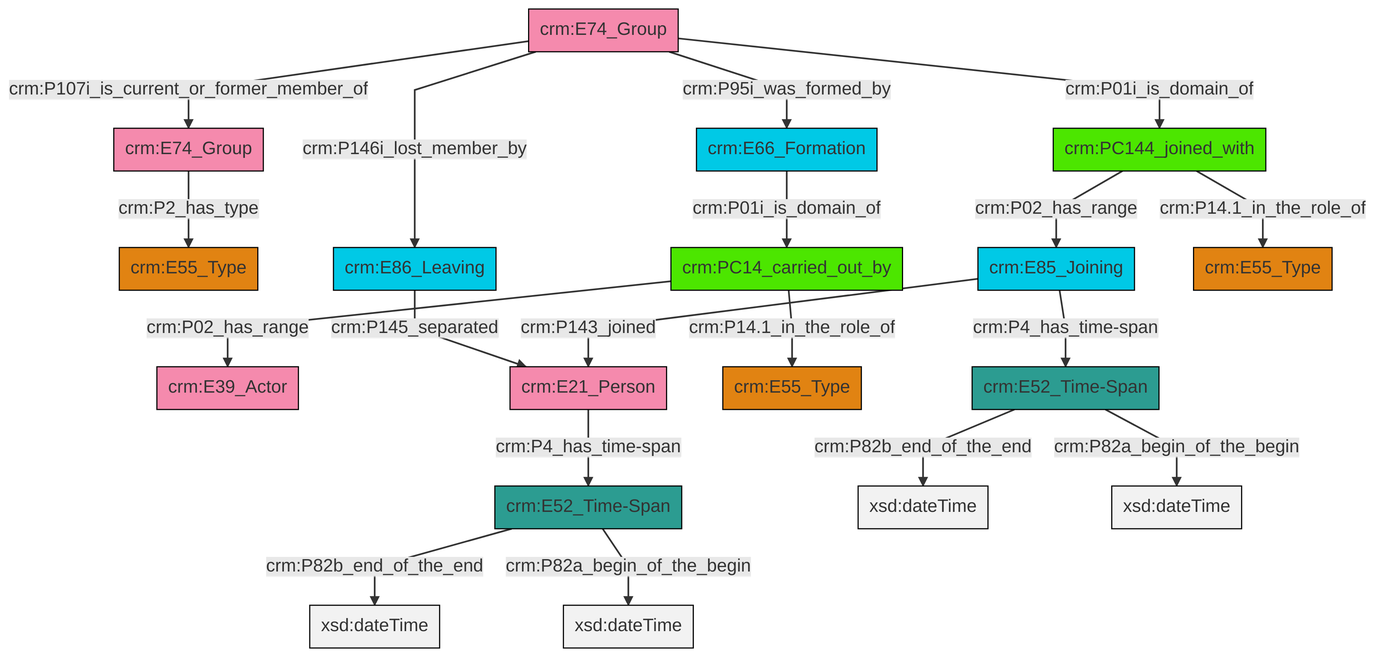
Earlier version of the Mermaid export et/groupCSV/ttl/mmd/png/group_actor_relations.png (swiss-art-research-net/reference-data-models). Its source is kept beside it as et/groupCSV/ttl/mmd/group_actor_relations.ttl.mmd.
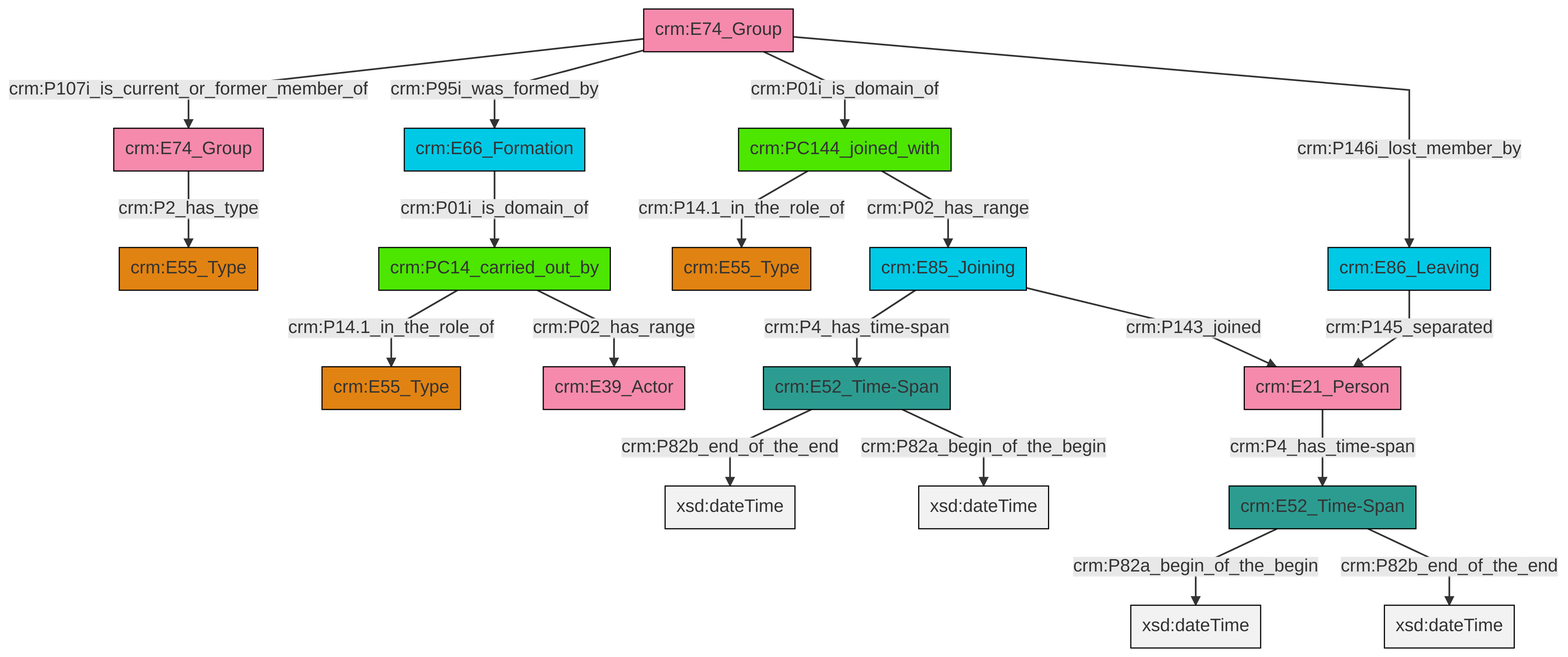
The same file after the commit.

Diff of the diagram source:
```diff
@@ -13,21 +13,21 @@
 classDef PC_Classes fill:#4ce600, stroke:#000000;
 classDef Multi fill:#cccccc,stroke:#000000;
 
-12["crm:E74_Group"]:::Actor -->|crm:P146i_lost_member_by| 13["crm:E86_Leaving"]:::Temporal_Entity
-0["crm:PC144_joined_with"]:::PC_Classes -->|crm:P02_has_range| 6["crm:E85_Joining"]:::Temporal_Entity
-6["crm:E85_Joining"]:::Temporal_Entity -->|crm:P4_has_time-span| 10["crm:E52_Time-Span"]:::Time-Span
-17["crm:E52_Time-Span"]:::Time-Span -->|crm:P82b_end_of_the_end| 18[xsd:dateTime]:::Literal
-6["crm:E85_Joining"]:::Temporal_Entity -->|crm:P143_joined| 19["crm:E21_Person"]:::Actor
-10["crm:E52_Time-Span"]:::Time-Span -->|crm:P82b_end_of_the_end| 20[xsd:dateTime]:::Literal
-21["crm:PC14_carried_out_by"]:::PC_Classes -->|crm:P14.1_in_the_role_of| 14["crm:E55_Type"]:::Type
-0["crm:PC144_joined_with"]:::PC_Classes -->|crm:P14.1_in_the_role_of| 22["crm:E55_Type"]:::Type
-12["crm:E74_Group"]:::Actor -->|crm:P95i_was_formed_by| 23["crm:E66_Formation"]:::Temporal_Entity
-10["crm:E52_Time-Span"]:::Time-Span -->|crm:P82a_begin_of_the_begin| 24[xsd:dateTime]:::Literal
-19["crm:E21_Person"]:::Actor -->|crm:P4_has_time-span| 17["crm:E52_Time-Span"]:::Time-Span
-23["crm:E66_Formation"]:::Temporal_Entity -->|crm:P01i_is_domain_of| 21["crm:PC14_carried_out_by"]:::PC_Classes
-21["crm:PC14_carried_out_by"]:::PC_Classes -->|crm:P02_has_range| 4["crm:E39_Actor"]:::Actor
-17["crm:E52_Time-Span"]:::Time-Span -->|crm:P82a_begin_of_the_begin| 30[xsd:dateTime]:::Literal
-12["crm:E74_Group"]:::Actor -->|crm:P01i_is_domain_of| 0["crm:PC144_joined_with"]:::PC_Classes
-13["crm:E86_Leaving"]:::Temporal_Entity -->|crm:P145_separated| 19["crm:E21_Person"]:::Actor
-12["crm:E74_Group"]:::Actor -->|crm:P107i_is_current_or_former_member_of| 8["crm:E74_Group"]:::Actor
-8["crm:E74_Group"]:::Actor -->|crm:P2_has_type| 2["crm:E55_Type"]:::Type
+2["crm:E74_Group"]:::Actor -->|crm:P107i_is_current_or_former_member_of| 3["crm:E74_Group"]:::Actor
+6["crm:E86_Leaving"]:::Temporal_Entity -->|crm:P145_separated| 7["crm:E21_Person"]:::Actor
+2["crm:E74_Group"]:::Actor -->|crm:P95i_was_formed_by| 8["crm:E66_Formation"]:::Temporal_Entity
+11["crm:E52_Time-Span"]:::Time-Span -->|crm:P82a_begin_of_the_begin| 12[xsd:dateTime]:::Literal
+13["crm:PC144_joined_with"]:::PC_Classes -->|crm:P14.1_in_the_role_of| 14["crm:E55_Type"]:::Type
+13["crm:PC144_joined_with"]:::PC_Classes -->|crm:P02_has_range| 15["crm:E85_Joining"]:::Temporal_Entity
+15["crm:E85_Joining"]:::Temporal_Entity -->|crm:P4_has_time-span| 0["crm:E52_Time-Span"]:::Time-Span
+2["crm:E74_Group"]:::Actor -->|crm:P01i_is_domain_of| 13["crm:PC144_joined_with"]:::PC_Classes
+8["crm:E66_Formation"]:::Temporal_Entity -->|crm:P01i_is_domain_of| 17["crm:PC14_carried_out_by"]:::PC_Classes
+2["crm:E74_Group"]:::Actor -->|crm:P146i_lost_member_by| 6["crm:E86_Leaving"]:::Temporal_Entity
+3["crm:E74_Group"]:::Actor -->|crm:P2_has_type| 9["crm:E55_Type"]:::Type
+0["crm:E52_Time-Span"]:::Time-Span -->|crm:P82b_end_of_the_end| 28[xsd:dateTime]:::Literal
+0["crm:E52_Time-Span"]:::Time-Span -->|crm:P82a_begin_of_the_begin| 31[xsd:dateTime]:::Literal
+7["crm:E21_Person"]:::Actor -->|crm:P4_has_time-span| 11["crm:E52_Time-Span"]:::Time-Span
+17["crm:PC14_carried_out_by"]:::PC_Classes -->|crm:P14.1_in_the_role_of| 4["crm:E55_Type"]:::Type
+17["crm:PC14_carried_out_by"]:::PC_Classes -->|crm:P02_has_range| 19["crm:E39_Actor"]:::Actor
+15["crm:E85_Joining"]:::Temporal_Entity -->|crm:P143_joined| 7["crm:E21_Person"]:::Actor
+11["crm:E52_Time-Span"]:::Time-Span -->|crm:P82b_end_of_the_end| 34[xsd:dateTime]:::Literal
```
